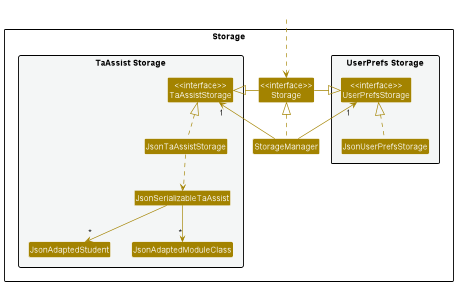
The PlantUML diagram docs/images/StorageClassDiagram.png in nus-cs2103-AY2223S1/tp, before a commit.
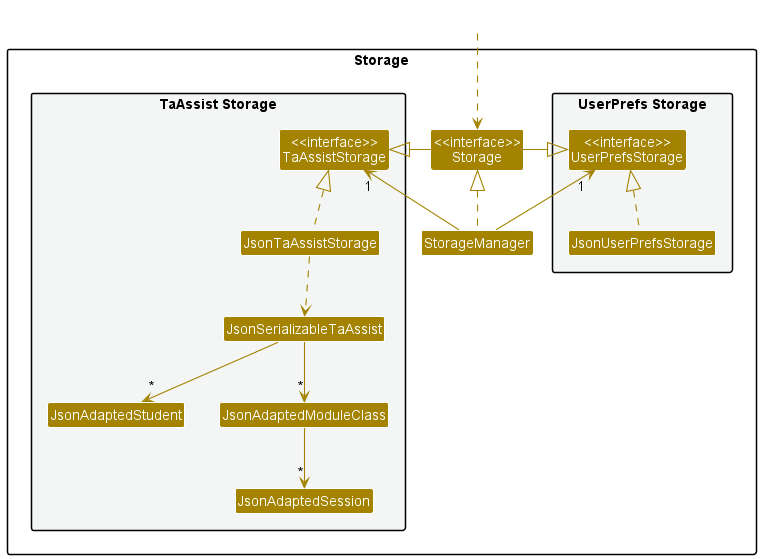
Later version of the same file.

Change to the diagram source:
```diff
@@ -20,6 +20,7 @@
 Class JsonSerializableTaAssist
 Class JsonAdaptedStudent
 Class JsonAdaptedModuleClass
+Class JsonAdaptedSession
 }
 }
 
@@ -38,5 +39,6 @@
 JsonTaAssistStorage ..> JsonSerializableTaAssist
 JsonSerializableTaAssist--> "*" JsonAdaptedStudent
 JsonSerializableTaAssist--> "*" JsonAdaptedModuleClass
+JsonAdaptedModuleClass--> "*" JsonAdaptedSession
 
 @enduml
```
